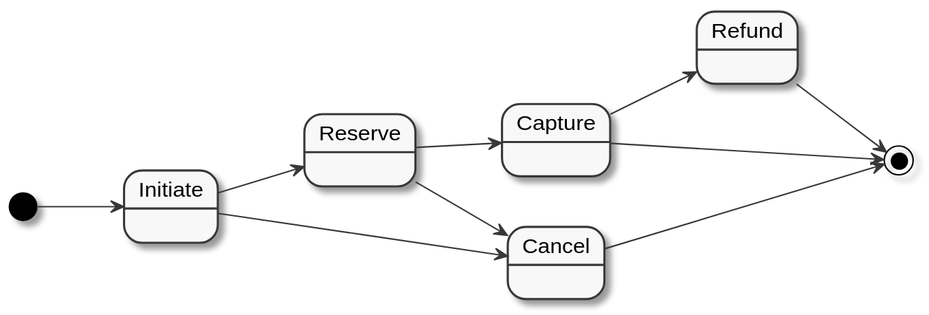
Earlier version of the PlantUML export images/vipps-ecom-flow-chart.svg (vippsas/vipps-ecom-api).
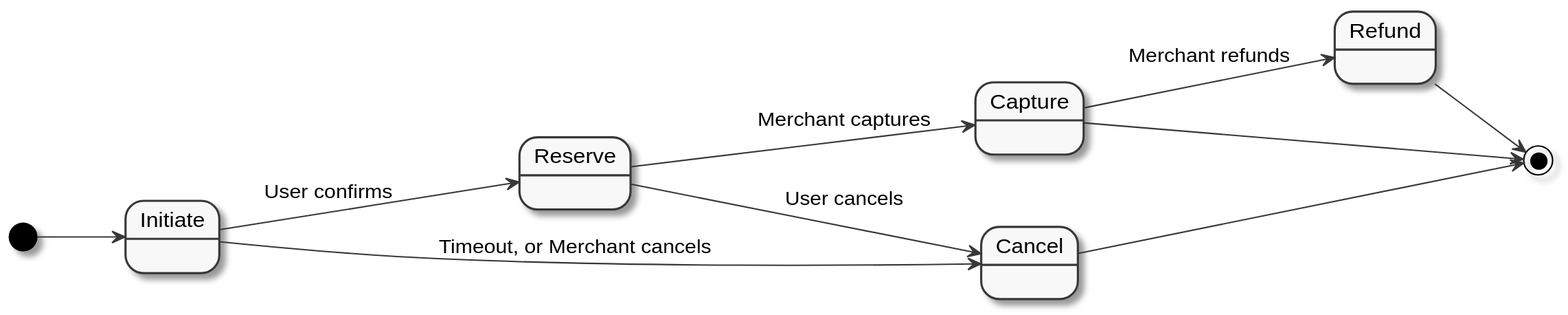
Later version of the same file.

Diff of the diagram source:
```diff
@@ -5,12 +5,12 @@
 left to right direction
 
 [*] --> Initiate
-Initiate --> Reserve
-Reserve --> Capture
-Reserve --> Cancel
-Capture --> Refund
+Initiate --> Reserve: User confirms
+Reserve --> Capture: Merchant captures
+Reserve --> Cancel: User cancels
+Capture --> Refund: Merchant refunds
 Capture --> [*]
 Cancel --> [*]
 Refund --> [*]
-Initiate --> Cancel
+Initiate --> Cancel: Timeout, or Merchant cancels
 @enduml
```
